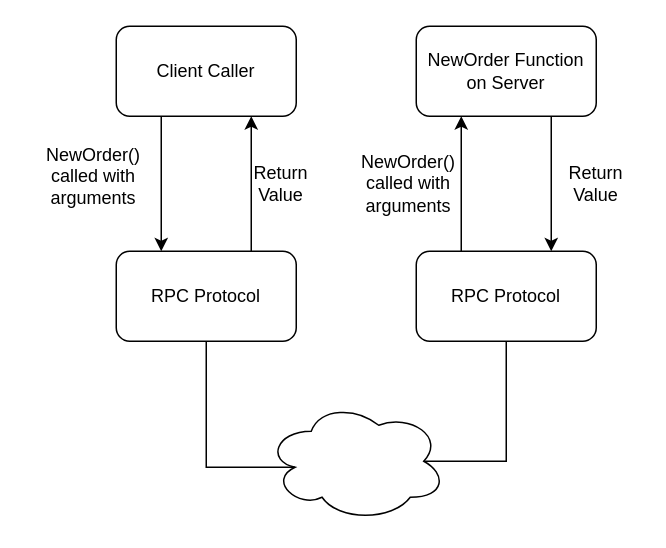
This is diagrams/rpc.drawio from johnward/supply_chain_reference, a draw.io file, before an edit. Source tidied: cells renumbered, new cells numbered last; positions are measured from the earlier drawing's top-left corner, leaving out a move shared by most shapes. Both pictures are drawn from the tidied source at 150%, with x=0, y=0 at pixel (26, 26).
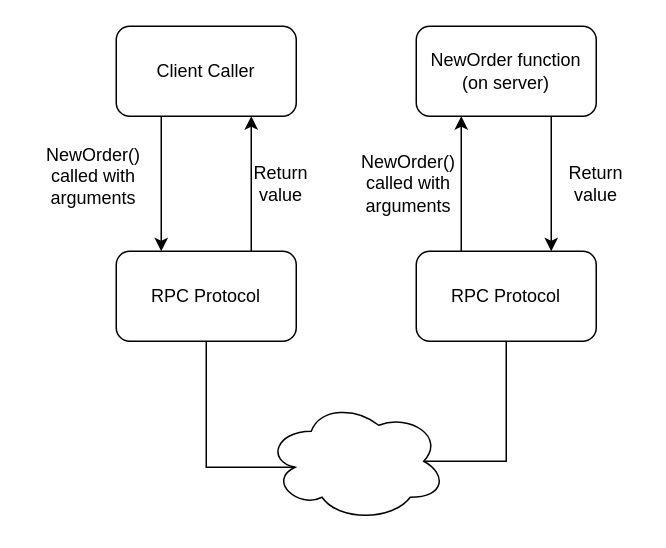
Above is the later version.

Unchanged cells that the change refers to:
```xml
<mxCell id="2" style="group;" parent="1" vertex="1">
  <mxGeometry width="410" height="330" as="geometry" />
</mxCell>
```

The edit, as a diff of the source:
```diff
@@
-    <mxCell id="7" value="NewOrder Function on Server" style="rounded=1;whiteSpace=wrap;html=1;" parent="2" vertex="1">
+    <mxCell id="7" value="NewOrder function (on server)" style="rounded=1;whiteSpace=wrap;html=1;" parent="2" vertex="1">
       <mxGeometry x="260" width="120" height="60" as="geometry" />
     </mxCell>
@@
-    <mxCell id="15" value="Return Value" style="text;html=1;strokeColor=none;fillColor=none;align=center;verticalAlign=middle;whiteSpace=wrap;rounded=0;" parent="2" vertex="1">
+    <mxCell id="15" value="Return value" style="text;html=1;strokeColor=none;fillColor=none;align=center;verticalAlign=middle;whiteSpace=wrap;rounded=0;" parent="2" vertex="1">
       <mxGeometry x="140" y="90" width="60" height="30" as="geometry" />
     </mxCell>
@@
-    <mxCell id="17" value="Return Value" style="text;html=1;strokeColor=none;fillColor=none;align=center;verticalAlign=middle;whiteSpace=wrap;rounded=0;" parent="2" vertex="1">
+    <mxCell id="17" value="Return value" style="text;html=1;strokeColor=none;fillColor=none;align=center;verticalAlign=middle;whiteSpace=wrap;rounded=0;" parent="2" vertex="1">
       <mxGeometry x="350" y="90" width="60" height="30" as="geometry" />
     </mxCell>
```
